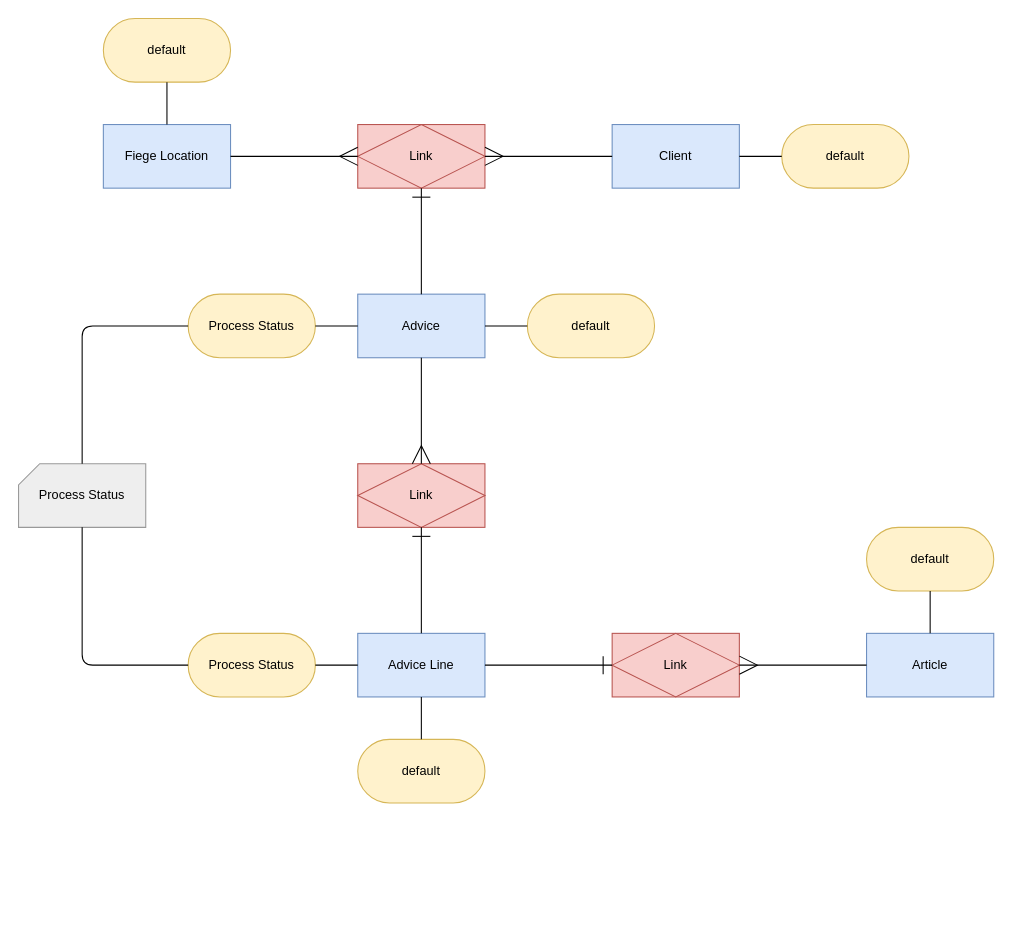
Earlier version of the draw.io diagram drawio/Standard Inbound.drawio (mtruschk/ELM2). Source tidied: cells renumbered, new cells numbered last; positions are measured from the earlier drawing's top-left corner, leaving out a move shared by most shapes. Both pictures are drawn from the tidied source at 106%, with x=0, y=0 at pixel (18, 18).
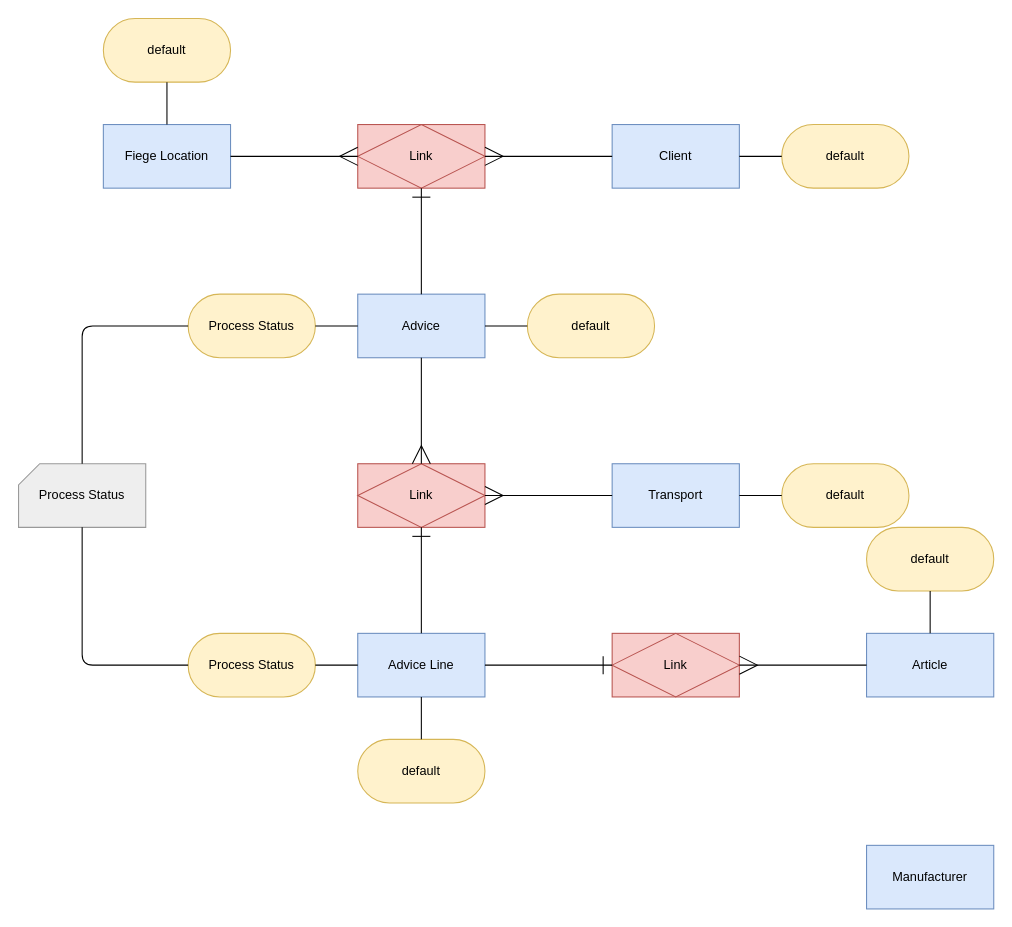
After the change.

The change refers to these unchanged cells:
```xml
<mxCell id="18" value="Link" style="shape=associativeEntity;whiteSpace=wrap;html=1;align=center;fillColor=#f8cecc;strokeColor=#b85450;" parent="1" vertex="1">
  <mxGeometry x="320" y="420" width="120" height="60" as="geometry" />
</mxCell>
```

Change to the diagram source:
```diff
@@
+    <mxCell id="34" value="Manufacturer" style="rounded=0;whiteSpace=wrap;html=1;fillColor=#dae8fc;strokeColor=#6c8ebf;" parent="1" vertex="1">
+      <mxGeometry x="800" y="780" width="120" height="60" as="geometry" />
+    </mxCell>
+    <mxCell id="35" value="Transport" style="rounded=0;whiteSpace=wrap;html=1;fillColor=#dae8fc;strokeColor=#6c8ebf;" parent="1" vertex="1">
+      <mxGeometry x="560" y="420" width="120" height="60" as="geometry" />
+    </mxCell>
+    <mxCell id="36" value="default" style="rounded=1;whiteSpace=wrap;html=1;arcSize=50;fillColor=#fff2cc;strokeColor=#d6b656;" parent="1" vertex="1">
+      <mxGeometry x="720" y="420" width="120" height="60" as="geometry" />
+    </mxCell>
+    <mxCell id="37" style="endArrow=none;html=1;rounded=1;edgeStyle=orthogonalEdgeStyle;curved=0;" parent="1" edge="1" source="36" target="35">
+      <mxGeometry relative="1" as="geometry" />
+    </mxCell>
+    <mxCell id="38" style="endArrow=ERmany;html=1;rounded=1;endSize=15;endFill=0;edgeStyle=orthogonalEdgeStyle;curved=0;" parent="1" edge="1" source="35" target="18">
+      <mxGeometry relative="1" as="geometry" />
+    </mxCell>
```
